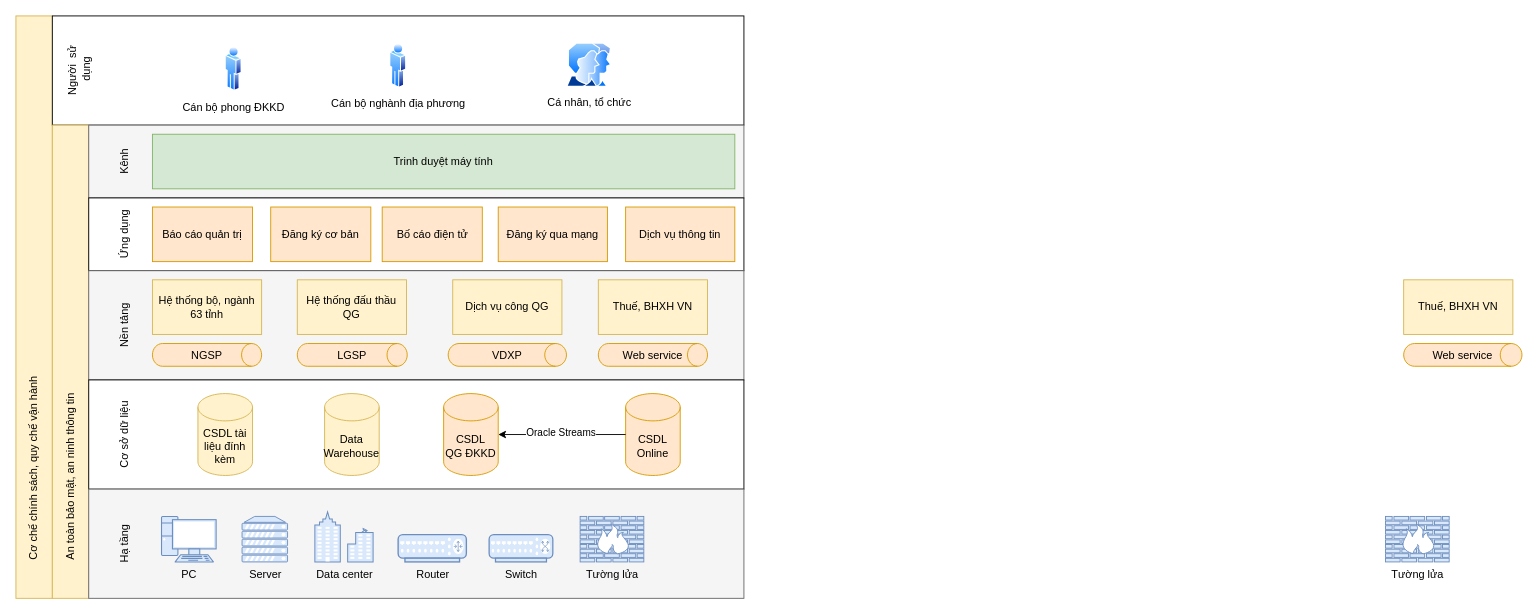
ToanNCK/Diagrams keeps this draw.io diagram as page "Mô hình kiến trúc hệ thống ĐKKD" (2 of 2) of Biểu đồ không có tiêu đề.drawio. Above is the earlier version. Source tidied: cells renumbered, new cells numbered last; positions are measured from the earlier drawing's top-left corner, leaving out a move shared by most shapes. Both pictures are drawn from the tidied source at 91%, with x=0, y=0 at pixel (-258, 15).
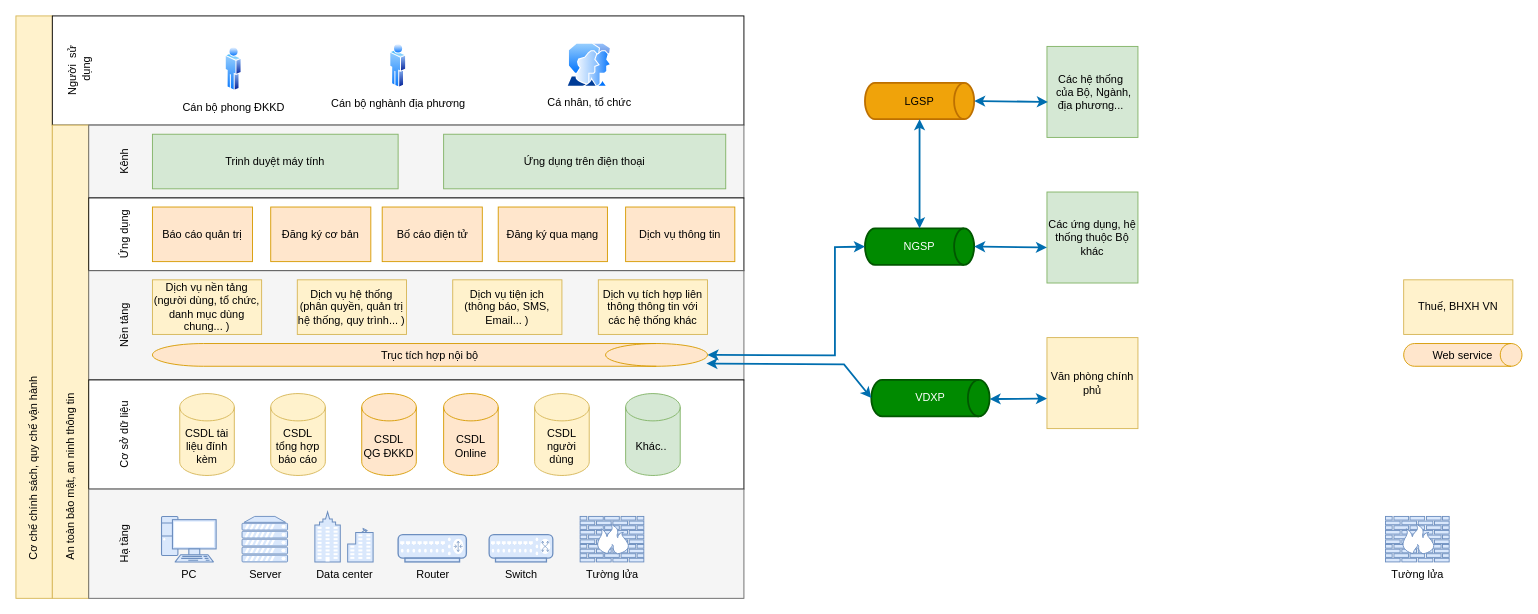
After the change.

Commit message:
Cập nhật Biểu đồ không có tiêu đề.drawio

Diff of the diagram source:
```diff
@@
     <mxCell id="9" value="Trinh duyệt máy tính" style="rounded=0;whiteSpace=wrap;html=1;fillColor=#d5e8d4;strokeColor=#82b366;" parent="1" vertex="1">
-      <mxGeometry x="450" y="130" width="640" height="60" as="geometry" />
+      <mxGeometry x="450" y="130" width="270" height="60" as="geometry" />
     </mxCell>
@@
-    <mxCell id="15" value="Hệ thống đấu thầu QG" style="rounded=0;whiteSpace=wrap;html=1;fillColor=#fff2cc;strokeColor=#d6b656;" parent="1" vertex="1">
+    <mxCell id="15" value="Dịch vụ hệ thống (phân quyền, quản trị hệ thống, quy trình... )" style="rounded=0;whiteSpace=wrap;html=1;fillColor=#fff2cc;strokeColor=#d6b656;" parent="1" vertex="1">
       <mxGeometry x="609.2" y="290" width="120" height="60" as="geometry" />
     </mxCell>
-    <mxCell id="16" value="NGSP" style="strokeWidth=1;html=1;shape=mxgraph.flowchart.direct_data;whiteSpace=wrap;perimeterSpacing=0;fillColor=#ffe6cc;strokeColor=#d79b00;shadow=0;" parent="1" vertex="1">
-      <mxGeometry x="450" y="360" width="120" height="25" as="geometry" />
+    <mxCell id="16" value="Trục tích hợp nội bộ" style="strokeWidth=1;html=1;shape=mxgraph.flowchart.direct_data;whiteSpace=wrap;perimeterSpacing=0;fillColor=#ffe6cc;strokeColor=#d79b00;shadow=0;" parent="1" vertex="1">
+      <mxGeometry x="450" y="360" width="610" height="25" as="geometry" />
     </mxCell>
@@
     <mxCell id="21" value="CSDL&lt;br&gt;QG ĐKKD" style="shape=cylinder3;whiteSpace=wrap;html=1;boundedLbl=1;backgroundOutline=1;size=15;fillColor=#ffe6cc;strokeColor=#d79b00;" parent="1" vertex="1">
-      <mxGeometry x="770" y="415" width="60" height="90" as="geometry" />
+      <mxGeometry x="680" y="415" width="60" height="90" as="geometry" />
     </mxCell>
     <mxCell id="22" value="CSDL tài liệu đính kèm" style="shape=cylinder3;whiteSpace=wrap;html=1;boundedLbl=1;backgroundOutline=1;size=15;fillColor=#fff2cc;strokeColor=#d6b656;" parent="1" vertex="1">
-      <mxGeometry x="500" y="415" width="60" height="90" as="geometry" />
+      <mxGeometry x="480" y="415" width="60" height="90" as="geometry" />
     </mxCell>
-    <mxCell id="23" value="Data Warehouse" style="shape=cylinder3;whiteSpace=wrap;html=1;boundedLbl=1;backgroundOutline=1;size=15;fillColor=#fff2cc;strokeColor=#d6b656;" parent="1" vertex="1">
-      <mxGeometry x="639.2" y="415" width="60" height="90" as="geometry" />
+    <mxCell id="23" value="CSDL&lt;br&gt;tổng hợp báo cáo" style="shape=cylinder3;whiteSpace=wrap;html=1;boundedLbl=1;backgroundOutline=1;size=15;fillColor=#fff2cc;strokeColor=#d6b656;" parent="1" vertex="1">
+      <mxGeometry x="580" y="415" width="60" height="90" as="geometry" />
     </mxCell>
@@
-    <mxCell id="33" value="Hệ thống bộ, ngành 63 tỉnh" style="rounded=0;whiteSpace=wrap;html=1;fillColor=#fff2cc;strokeColor=#d6b656;" parent="1" vertex="1">
+    <mxCell id="33" value="Dịch vụ nền tảng (người dùng, tổ chức, danh mục dùng chung... )" style="rounded=0;whiteSpace=wrap;html=1;fillColor=#fff2cc;strokeColor=#d6b656;" parent="1" vertex="1">
       <mxGeometry x="450" y="290" width="120" height="60" as="geometry" />
     </mxCell>
-    <mxCell id="34" value="LGSP" style="strokeWidth=1;html=1;shape=mxgraph.flowchart.direct_data;whiteSpace=wrap;perimeterSpacing=0;fillColor=#ffe6cc;strokeColor=#d79b00;shadow=0;" parent="1" vertex="1">
-      <mxGeometry x="609.2" y="360" width="120.8" height="25" as="geometry" />
-    </mxCell>
-    <mxCell id="35" value="VDXP" style="strokeWidth=1;html=1;shape=mxgraph.flowchart.direct_data;whiteSpace=wrap;perimeterSpacing=0;fillColor=#ffe6cc;strokeColor=#d79b00;shadow=0;" parent="1" vertex="1">
-      <mxGeometry x="775" y="360" width="130" height="25" as="geometry" />
-    </mxCell>
-    <mxCell id="36" value="Dịch vụ công QG" style="rounded=0;whiteSpace=wrap;html=1;fillColor=#fff2cc;strokeColor=#d6b656;" parent="1" vertex="1">
+    <mxCell id="36" value="Dịch vụ tiện ịch (thông báo, SMS, Email... )" style="rounded=0;whiteSpace=wrap;html=1;fillColor=#fff2cc;strokeColor=#d6b656;" parent="1" vertex="1">
       <mxGeometry x="780" y="290" width="120" height="60" as="geometry" />
     </mxCell>
-    <mxCell id="37" value="Web service" style="strokeWidth=1;html=1;shape=mxgraph.flowchart.direct_data;whiteSpace=wrap;perimeterSpacing=0;fillColor=#ffe6cc;strokeColor=#d79b00;shadow=0;" parent="1" vertex="1">
-      <mxGeometry x="940" y="360" width="120" height="25" as="geometry" />
-    </mxCell>
-    <mxCell id="38" value="Thuế, BHXH VN" style="rounded=0;whiteSpace=wrap;html=1;fillColor=#fff2cc;strokeColor=#d6b656;" parent="1" vertex="1">
+    <mxCell id="38" value="Dịch vụ tích hợp liên thông thông tin với các hệ thống khác" style="rounded=0;whiteSpace=wrap;html=1;fillColor=#fff2cc;strokeColor=#d6b656;" parent="1" vertex="1">
       <mxGeometry x="940" y="290" width="120" height="60" as="geometry" />
     </mxCell>
@@
     <mxCell id="43" value="CSDL Online" style="shape=cylinder3;whiteSpace=wrap;html=1;boundedLbl=1;backgroundOutline=1;size=15;fillColor=#ffe6cc;strokeColor=#d79b00;" parent="1" vertex="1">
-      <mxGeometry x="970" y="415" width="60" height="90" as="geometry" />
+      <mxGeometry x="770" y="415" width="60" height="90" as="geometry" />
     </mxCell>
-    <mxCell id="44" style="endArrow=classic;html=1;rounded=0;entryX=1;entryY=0.5;entryDx=0;entryDy=0;entryPerimeter=0;exitX=0;exitY=0.5;exitDx=0;exitDy=0;exitPerimeter=0;" parent="1" edge="1" source="43" target="21">
-      <mxGeometry relative="1" as="geometry" />
-    </mxCell>
-    <mxCell id="45" value="Oracle Streams" style="edgeLabel;html=1;align=center;verticalAlign=middle;" parent="44" vertex="1">
-      <mxGeometry x="0.03" y="-3" relative="1" as="geometry" />
-    </mxCell>
@@
+    <mxCell id="50" value="Ứng dụng trên điện thoại" style="rounded=0;whiteSpace=wrap;html=1;fillColor=#d5e8d4;strokeColor=#82b366;" parent="1" vertex="1">
+      <mxGeometry x="770" y="130" width="310" height="60" as="geometry" />
+    </mxCell>
+    <mxCell id="51" value="Khác..&amp;nbsp;" style="shape=cylinder3;whiteSpace=wrap;html=1;boundedLbl=1;backgroundOutline=1;size=15;fillColor=#d5e8d4;strokeColor=#82b366;" parent="1" vertex="1">
+      <mxGeometry x="970" y="415" width="60" height="90" as="geometry" />
+    </mxCell>
+    <mxCell id="52" value="CSDL&lt;br&gt;người dùng" style="shape=cylinder3;whiteSpace=wrap;html=1;boundedLbl=1;backgroundOutline=1;size=15;fillColor=#fff2cc;strokeColor=#d6b656;" parent="1" vertex="1">
+      <mxGeometry x="870" y="415" width="60" height="90" as="geometry" />
+    </mxCell>
+    <mxCell id="34" value="LGSP" style="strokeWidth=2;html=1;shape=mxgraph.flowchart.direct_data;whiteSpace=wrap;fillColor=#f0a30a;fontColor=#000000;strokeColor=#BD7000;" parent="1" vertex="1">
+      <mxGeometry x="1233" y="73.5" width="120" height="40" as="geometry" />
+    </mxCell>
+    <mxCell id="53" value="NGSP" style="strokeWidth=2;html=1;shape=mxgraph.flowchart.direct_data;whiteSpace=wrap;fillColor=#008a00;fontColor=#ffffff;strokeColor=#005700;" parent="1" vertex="1">
+      <mxGeometry x="1233" y="233.5" width="120" height="40" as="geometry" />
+    </mxCell>
+    <mxCell id="54" value="Các hệ thống&amp;nbsp;&lt;br&gt;&amp;nbsp;của Bộ, Ngành, địa phương...&amp;nbsp;" style="whiteSpace=wrap;html=1;fillColor=#d5e8d4;strokeColor=#82b366;" parent="1" vertex="1">
+      <mxGeometry x="1433" y="33.5" width="100" height="100" as="geometry" />
+    </mxCell>
+    <mxCell id="55" value="Các ứng dụng, hệ thống thuộc Bộ khác" style="whiteSpace=wrap;html=1;fillColor=#d5e8d4;strokeColor=#82b366;" parent="1" vertex="1">
+      <mxGeometry x="1433" y="193.5" width="100" height="100" as="geometry" />
+    </mxCell>
+    <mxCell id="56" value="Văn phòng chính phủ" style="whiteSpace=wrap;html=1;fillColor=#fff2cc;strokeColor=#d6b656;" parent="1" vertex="1">
+      <mxGeometry x="1433" y="353.5" width="100" height="100" as="geometry" />
+    </mxCell>
+    <mxCell id="57" style="endArrow=classic;startArrow=classic;html=1;rounded=0;exitX=1;exitY=0.5;exitDx=0;exitDy=0;exitPerimeter=0;entryX=0.01;entryY=0.61;entryDx=0;entryDy=0;entryPerimeter=0;fillColor=#1ba1e2;strokeColor=#006EAF;strokeWidth=2;" parent="1" edge="1" source="34" target="54">
+      <mxGeometry relative="1" as="geometry" />
+    </mxCell>
+    <mxCell id="58" style="endArrow=classic;startArrow=classic;html=1;rounded=0;exitX=1;exitY=0.5;exitDx=0;exitDy=0;exitPerimeter=0;entryX=0;entryY=0.61;entryDx=0;entryDy=0;entryPerimeter=0;fillColor=#1ba1e2;strokeColor=#006EAF;strokeWidth=2;" parent="1" edge="1" source="53" target="55">
+      <mxGeometry relative="1" as="geometry" />
+    </mxCell>
+    <mxCell id="59" style="endArrow=classic;startArrow=classic;html=1;rounded=0;exitX=0.5;exitY=1;exitDx=0;exitDy=0;exitPerimeter=0;entryX=0.5;entryY=0;entryDx=0;entryDy=0;entryPerimeter=0;fillColor=#1ba1e2;strokeColor=#006EAF;strokeWidth=2;" parent="1" edge="1" source="34" target="53">
+      <mxGeometry relative="1" as="geometry" />
+    </mxCell>
+    <mxCell id="60" style="endArrow=classic;startArrow=classic;html=1;rounded=0;exitX=0;exitY=0.5;exitDx=0;exitDy=0;exitPerimeter=0;entryX=1;entryY=0.5;entryDx=0;entryDy=0;entryPerimeter=0;fillColor=#1ba1e2;strokeColor=#006EAF;strokeWidth=2;" parent="1" edge="1" source="53" target="16">
+      <mxGeometry relative="1" as="geometry">
+        <Array as="points">
+          <mxPoint x="1200" y="254" />
+          <mxPoint x="1200" y="373" />
+        </Array>
+      </mxGeometry>
+    </mxCell>
+    <mxCell id="35" value="VDXP" style="strokeWidth=2;html=1;shape=mxgraph.flowchart.direct_data;whiteSpace=wrap;fillColor=#008a00;fontColor=#ffffff;strokeColor=#005700;" parent="1" vertex="1">
+      <mxGeometry x="1240" y="400" width="130" height="40" as="geometry" />
+    </mxCell>
+    <mxCell id="61" style="endArrow=classic;startArrow=classic;html=1;rounded=0;entryX=0;entryY=0.61;entryDx=0;entryDy=0;entryPerimeter=0;fillColor=#1ba1e2;strokeColor=#006EAF;strokeWidth=2;" parent="1" edge="1">
+      <mxGeometry relative="1" as="geometry">
+        <mxPoint x="1370" y="421" as="sourcePoint" />
+        <mxPoint x="1433" y="420.5" as="targetPoint" />
+      </mxGeometry>
+    </mxCell>
+    <mxCell id="62" style="endArrow=classic;startArrow=classic;html=1;rounded=0;exitX=0;exitY=0.5;exitDx=0;exitDy=0;exitPerimeter=0;entryX=0.998;entryY=0.88;entryDx=0;entryDy=0;entryPerimeter=0;fillColor=#1ba1e2;strokeColor=#006EAF;strokeWidth=2;" parent="1" edge="1" source="35" target="16">
+      <mxGeometry relative="1" as="geometry">
+        <Array as="points">
+          <mxPoint x="1210" y="383" />
+        </Array>
+      </mxGeometry>
+    </mxCell>
```
